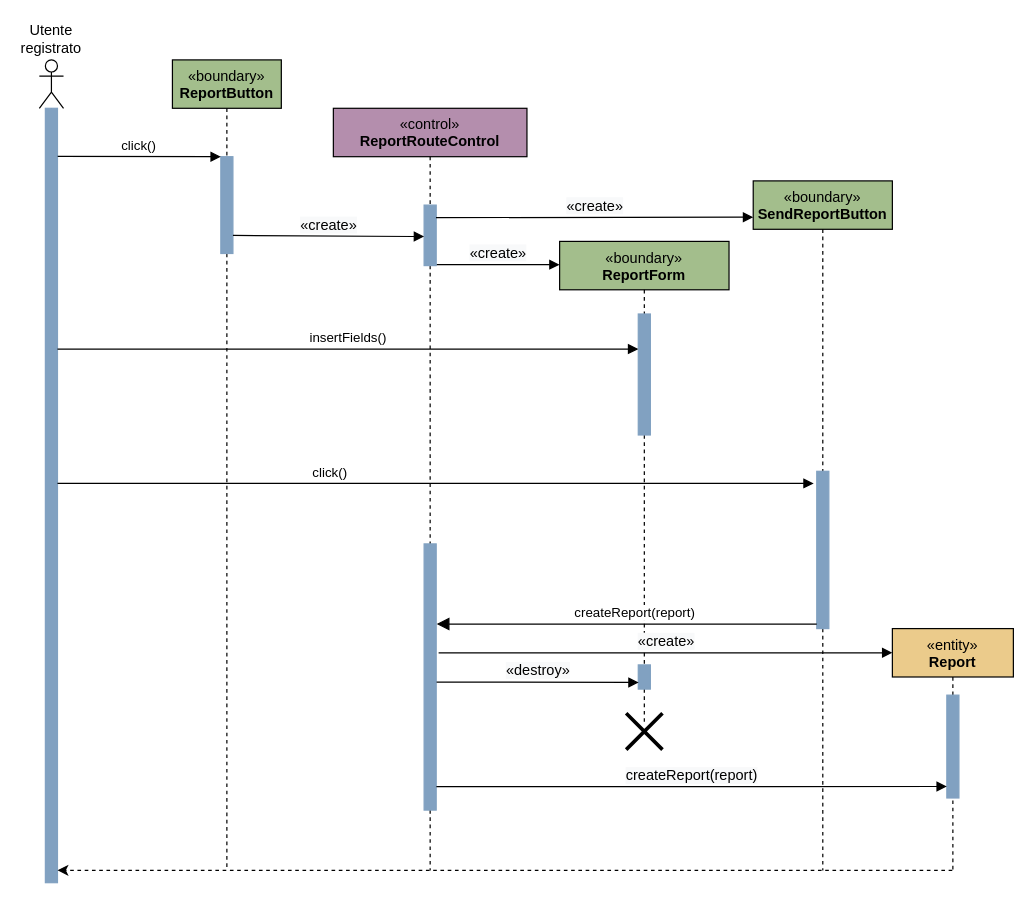
archer-65/natour-2122 keeps this draw.io diagram as page "Segnala itinerario" (2 of 2) of docs/sequenceDomain.drawio. Above is the earlier version. Source tidied: cells renumbered, new cells numbered last; positions are measured from the earlier drawing's top-left corner, leaving out a move shared by most shapes. Both pictures are drawn from the tidied source at 121%, with x=0, y=0 at pixel (39, 59).
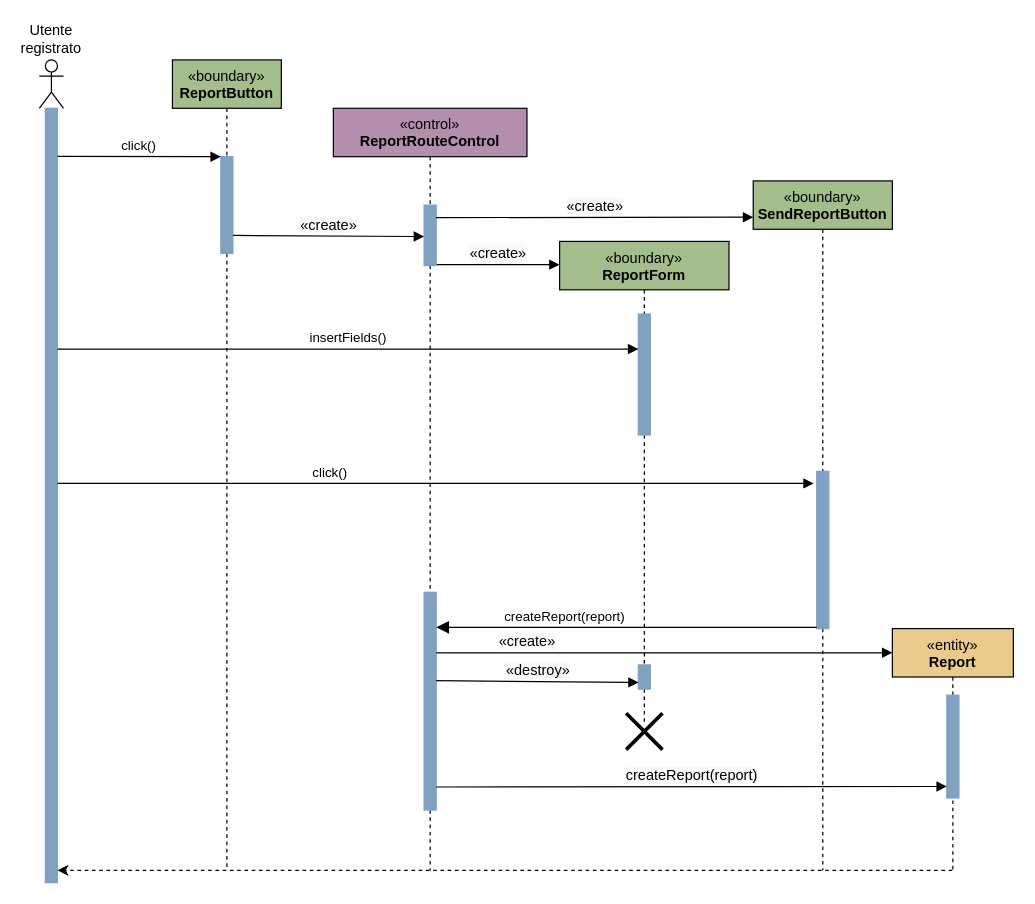
The same diagram, later.

The change refers to these unchanged cells:
```xml
<mxCell id="8" value="&lt;span&gt;«control»&lt;/span&gt;&lt;br&gt;&lt;b&gt;ReportRouteControl&lt;/b&gt;" style="shape=umlLifeline;perimeter=lifelinePerimeter;whiteSpace=wrap;html=1;rounded=0;shadow=0;glass=0;strokeWidth=1;verticalAlign=top;fillColor=#B48EAD;" parent="1" vertex="1">
  <mxGeometry x="243" y="40" width="160" height="630" as="geometry" />
</mxCell>
<mxCell id="12" style="html=1;points=[];perimeter=orthogonalPerimeter;fillColor=#81A1C1;strokeColor=#81A1C1;" parent="10" vertex="1">
  <mxGeometry x="65" y="350" width="10" height="20" as="geometry" />
</mxCell>
<mxCell id="15" value="&lt;span&gt;«entity»&lt;/span&gt;&lt;br&gt;&lt;b&gt;Report&lt;/b&gt;" style="shape=umlLifeline;perimeter=lifelinePerimeter;whiteSpace=wrap;html=1;outlineConnect=0;rounded=0;shadow=0;glass=0;strokeWidth=1;verticalAlign=top;fillColor=#EBCB8B;" parent="1" vertex="1">
  <mxGeometry x="705" y="470" width="100" height="200" as="geometry" />
</mxCell>
<mxCell id="19" value="&lt;span&gt;«boundary»&lt;/span&gt;&lt;br&gt;&lt;b&gt;SendReportButton&lt;/b&gt;" style="shape=umlLifeline;perimeter=lifelinePerimeter;whiteSpace=wrap;html=1;rounded=0;shadow=0;glass=0;strokeWidth=1;verticalAlign=top;fillColor=#A3BE8C;" parent="1" vertex="1">
  <mxGeometry x="590" y="100" width="115" height="570" as="geometry" />
</mxCell>
<mxCell id="20" style="html=1;points=[];perimeter=orthogonalPerimeter;fillColor=#81A1C1;strokeColor=#81A1C1;" parent="19" vertex="1">
  <mxGeometry x="52.5" y="240" width="10" height="130" as="geometry" />
</mxCell>
```

The edit, as a diff of the source:
```diff
@@
     <mxCell id="9" style="html=1;points=[];perimeter=orthogonalPerimeter;fillColor=#81A1C1;strokeColor=#81A1C1;" parent="8" vertex="1">
-      <mxGeometry x="75" y="360" width="10" height="220" as="geometry" />
+      <mxGeometry x="75" y="400" width="10" height="180" as="geometry" />
     </mxCell>
@@
-    <mxCell id="17" value="&lt;span style=&quot;font-size: 12px ; text-align: left ; background-color: rgb(248 , 249 , 250)&quot;&gt;createReport(report)&lt;/span&gt;" style="html=1;verticalAlign=bottom;endArrow=block;exitX=1.015;exitY=0.912;exitDx=0;exitDy=0;exitPerimeter=0;" parent="15" edge="1" source="9">
+    <mxCell id="17" value="&lt;span style=&quot;font-size: 12px ; text-align: left ; background-color: rgb(248 , 249 , 250)&quot;&gt;createReport(report)&lt;/span&gt;" style="html=1;verticalAlign=bottom;endArrow=block;exitX=1;exitY=0.894;exitDx=0;exitDy=0;exitPerimeter=0;" parent="15" edge="1" source="9">
       <mxGeometry relative="1" as="geometry">
         <mxPoint x="45" y="130.5" as="targetPoint" />
       </mxGeometry>
     </mxCell>
@@
-    <mxCell id="21" value="&lt;span style=&quot;font-size: 12px ; background-color: rgb(248 , 249 , 250)&quot;&gt;«create»&lt;/span&gt;" style="html=1;verticalAlign=bottom;endArrow=block;" parent="19" edge="1">
-      <mxGeometry relative="1" as="geometry">
-        <mxPoint x="-260" y="390" as="sourcePoint" />
+    <mxCell id="21" value="&lt;span style=&quot;font-size: 12px ; background-color: rgb(248 , 249 , 250)&quot;&gt;«create»&lt;/span&gt;" style="html=1;verticalAlign=bottom;endArrow=block;exitX=1;exitY=0.278;exitDx=0;exitDy=0;exitPerimeter=0;" parent="19" edge="1" source="9">
+      <mxGeometry x="-0.6" relative="1" as="geometry">
         <mxPoint x="115" y="390" as="targetPoint" />
       </mxGeometry>
     </mxCell>
@@
-    <mxCell id="25" value="createReport(report)" style="html=1;verticalAlign=bottom;endArrow=block;endSize=8;strokeWidth=1;endFill=1;entryX=1.037;entryY=0.301;entryDx=0;entryDy=0;entryPerimeter=0;" parent="1" edge="1" source="20" target="9">
-      <mxGeometry x="-0.04" relative="1" as="geometry" />
+    <mxCell id="25" value="createReport(report)" style="html=1;verticalAlign=bottom;endArrow=block;endSize=8;strokeWidth=1;endFill=1;entryX=1;entryY=0.161;entryDx=0;entryDy=0;entryPerimeter=0;" parent="1" edge="1" source="20" target="9">
+      <mxGeometry x="0.33" relative="1" as="geometry" />
     </mxCell>
-    <mxCell id="26" value="&lt;span style=&quot;font-size: 12px ; background-color: rgb(248 , 249 , 250)&quot;&gt;«&lt;/span&gt;&lt;span style=&quot;font-size: 12px ; background-color: rgb(248 , 249 , 250)&quot;&gt;destroy»&lt;/span&gt;" style="html=1;verticalAlign=bottom;endArrow=block;entryX=0.033;entryY=0.725;entryDx=0;entryDy=0;entryPerimeter=0;exitX=1.032;exitY=0.519;exitDx=0;exitDy=0;exitPerimeter=0;" parent="1" edge="1" source="9" target="12">
+    <mxCell id="26" value="&lt;span style=&quot;font-size: 12px ; background-color: rgb(248 , 249 , 250)&quot;&gt;«&lt;/span&gt;&lt;span style=&quot;font-size: 12px ; background-color: rgb(248 , 249 , 250)&quot;&gt;destroy»&lt;/span&gt;" style="html=1;verticalAlign=bottom;endArrow=block;entryX=0.033;entryY=0.725;entryDx=0;entryDy=0;entryPerimeter=0;exitX=1;exitY=0.406;exitDx=0;exitDy=0;exitPerimeter=0;" parent="1" edge="1" source="9" target="12">
       <mxGeometry relative="1" as="geometry" />
     </mxCell>
```
